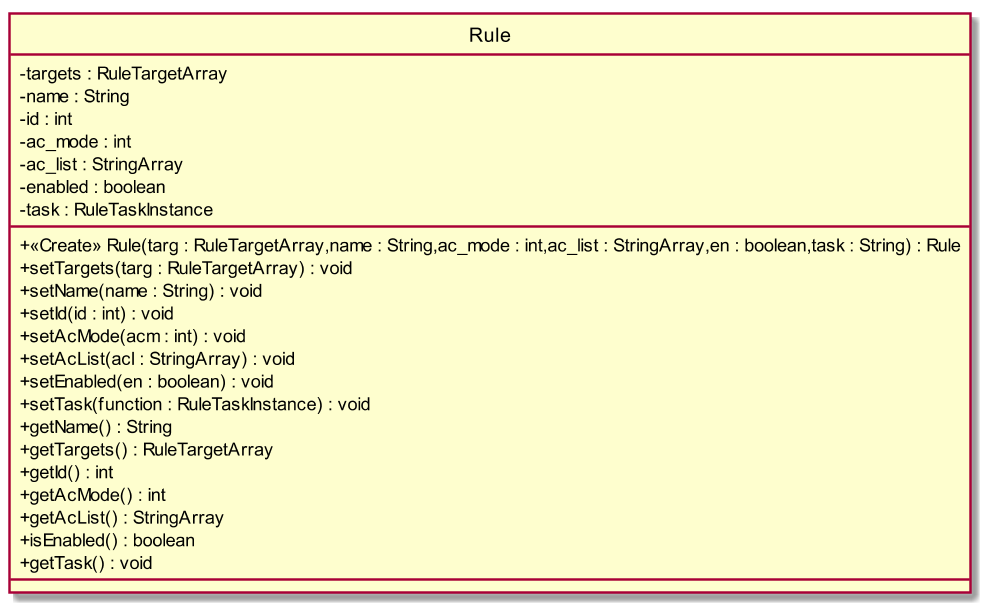
Earlier version of the PlantUML export RP/Esterni/DefinizioneDiProdotto/images/ClassRule.png (CoCodeSWE/Docs).
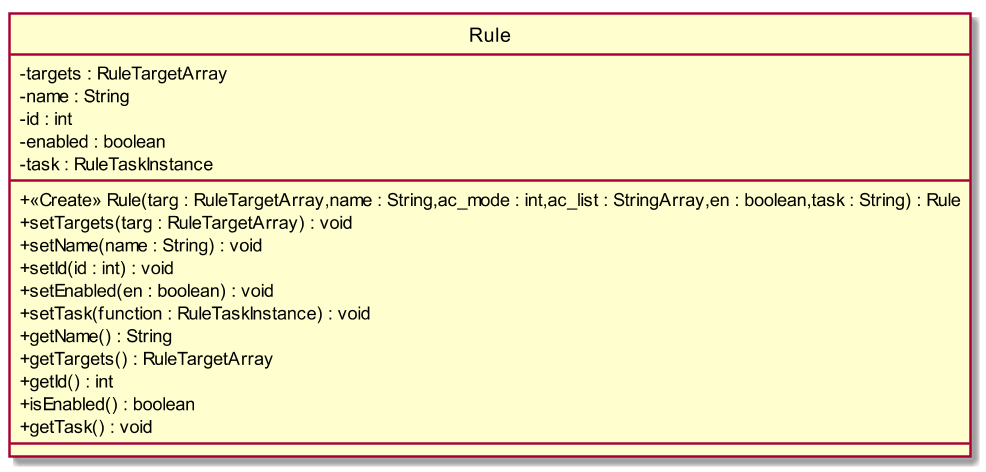
The same file after the commit.

What changed in the source:
```diff
@@ -5,8 +5,6 @@
 - targets : RuleTargetArray
 - name : String
 - id : int
-- ac_mode : int
-- ac_list : StringArray
 - enabled : boolean
 - task : RuleTaskInstance
 __
@@ -14,15 +12,11 @@
 + setTargets(targ : RuleTargetArray) : void
 + setName(name : String) : void
 + setId(id : int) : void
-+ setAcMode(acm : int) : void
-+ setAcList(acl : StringArray) : void
 + setEnabled(en : boolean) : void
 + setTask(function : RuleTaskInstance) : void
 + getName() : String
 + getTargets() : RuleTargetArray
 + getId() : int
-+ getAcMode() : int
-+ getAcList() : StringArray
 + isEnabled() : boolean
 + getTask() : void
 __
```
